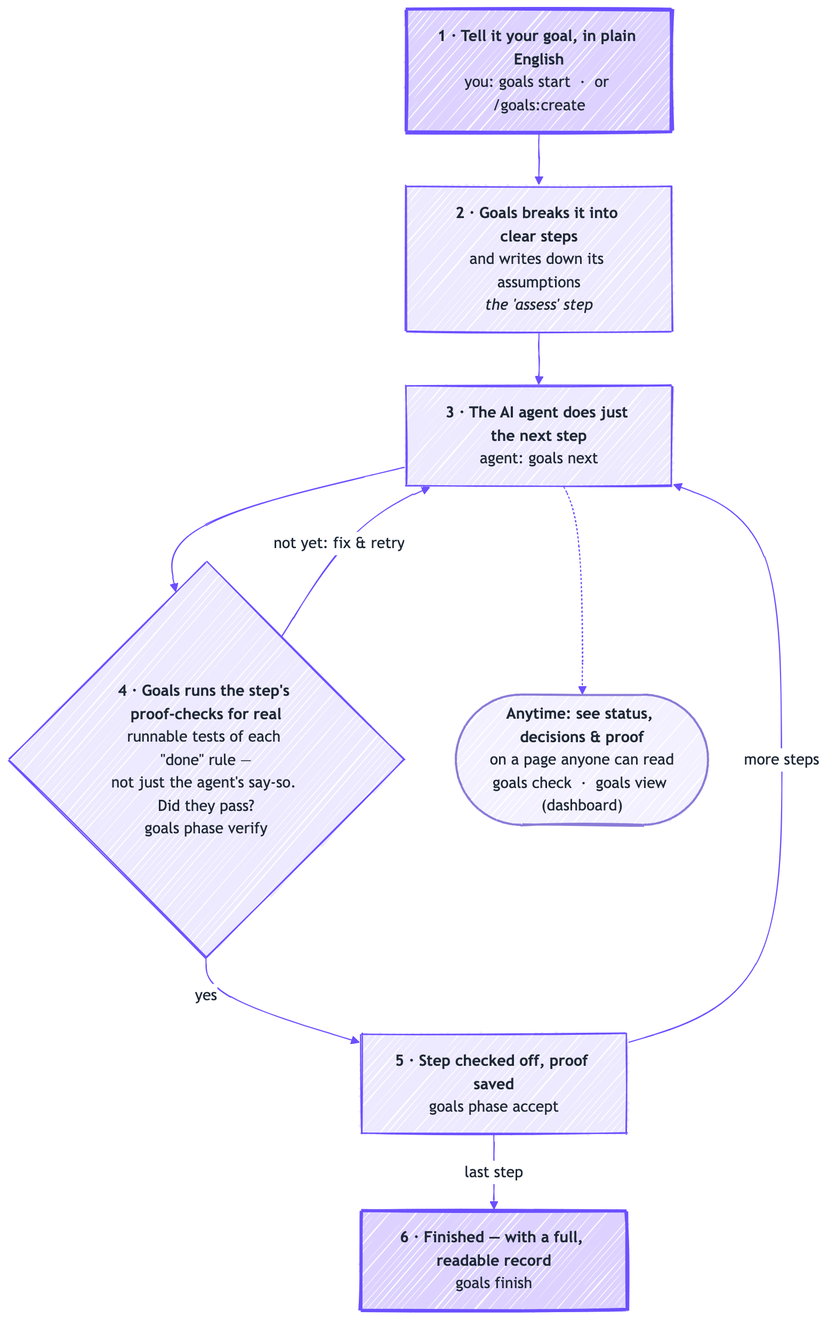
Earlier version of the Mermaid export docs/assets/lifecycle.png (ShivamGupta42/goals). Its source is kept beside it as docs/assets/lifecycle.mmd.
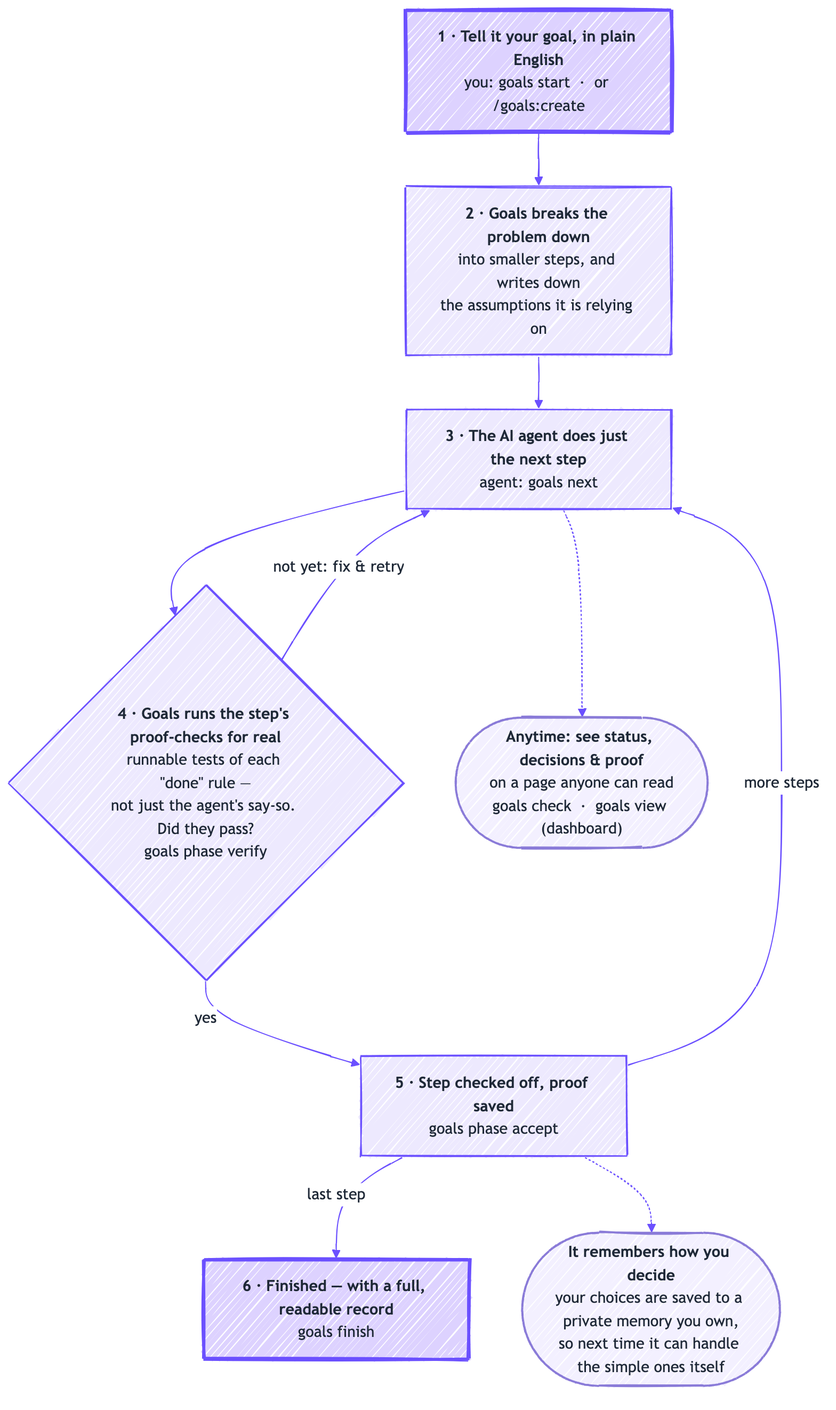
Later version of the same file.

Commit message:
docs: clearer lifecycle diagram (plain "breaks the problem down" + memory) (#37)

- Step 2 dropped the jargon "the 'assess' step" and now reads plainly: "Goals
  breaks the problem down into smaller steps, and writes down the assumptions it
  is relying on" — matching architecture.md's Assess/PACERS step.
- Added the goal-execution memory as a visible outcome ("It remembers how you
  decide"), so the lifecycle stays current with architecture.md.
- Regenerated lifecycle.png and updated the README alt text to match.

What changed in the source:
```diff
@@ -12,12 +12,13 @@
 ---
 flowchart TD
     A["<b>1 · Tell it your goal, in plain English</b><br/>you: goals start  ·  or /goals:create"]
-    B["<b>2 · Goals breaks it into clear steps</b><br/>and writes down its assumptions<br/><i>the 'assess' step</i>"]
+    B["<b>2 · Goals breaks the problem down</b><br/>into smaller steps, and writes down<br/>the assumptions it is relying on"]
     C["<b>3 · The AI agent does just the next step</b><br/>agent: goals next"]
     D{"<b>4 · Goals runs the step's proof-checks for real</b><br/>runnable tests of each &quot;done&quot; rule —<br/>not just the agent's say-so. Did they pass?<br/>goals phase verify"}
     E["<b>5 · Step checked off, proof saved</b><br/>goals phase accept"]
     F["<b>6 · Finished — with a full, readable record</b><br/>goals finish"]
     DASH(["<b>Anytime: see status, decisions &amp; proof</b><br/>on a page anyone can read<br/>goals check  ·  goals view (dashboard)"])
+    MEM(["<b>It remembers how you decide</b><br/>your choices are saved to a private memory you own,<br/>so next time it can handle the simple ones itself"])
 
     A --> B --> C --> D
     D -- "not yet: fix &amp; retry" --> C
@@ -25,8 +26,9 @@
     E -- "more steps" --> C
     E -- "last step" --> F
     C -.-> DASH
+    E -.-> MEM
 
     classDef youstep fill:#DDD2FF,stroke:#6B50FF,stroke-width:3px,color:#1F2937;
     classDef look fill:#F3F0FF,stroke:#8A7BD8,stroke-width:2px,color:#1F2937;
     class A,F youstep;
-    class DASH look;
+    class DASH,MEM look;
```
